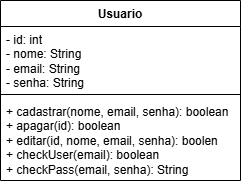
MgsLv/Estudos keeps this draw.io diagram as Etec/3-ano/PWIII/Diagramas-UML/Diagrama sem nome.drawio.png. Above is the earlier version. Source tidied: cells renumbered, new cells last; positions are measured from the earlier drawing's top-left corner, leaving out a move shared by most shapes. Its diagram source:
```xml
<mxGraphModel>
  <root>
    <mxCell id="0" />
    <mxCell id="1" parent="0" />
    <mxCell id="2" value="Usuario" style="swimlane;fontStyle=1;align=center;verticalAlign=top;horizontal=1;startSize=26;whiteSpace=wrap;html=1;" parent="1" vertex="1">
      <mxGeometry width="240" height="180" as="geometry" />
    </mxCell>
    <mxCell id="3" value="- id: int&lt;div&gt;- nome: String&lt;/div&gt;&lt;div&gt;- email: String&lt;/div&gt;&lt;div&gt;- senha: String&lt;/div&gt;" style="text;strokeColor=none;fillColor=none;align=left;verticalAlign=top;spacingLeft=4;spacingRight=4;overflow=hidden;whiteSpace=wrap;html=1;" parent="2" vertex="1">
      <mxGeometry y="26" width="240" height="64" as="geometry" />
    </mxCell>
    <mxCell id="4" style="line;strokeWidth=1;fillColor=none;align=left;verticalAlign=middle;spacingTop=-1;spacingLeft=3;spacingRight=3;labelPosition=right;strokeColor=inherit;" parent="2" vertex="1">
      <mxGeometry y="90" width="240" height="8" as="geometry" />
    </mxCell>
    <mxCell id="5" value="+ cadastrar(nome, email, senha): boolean&lt;div&gt;+ apagar(id): boolean&amp;nbsp;&lt;/div&gt;&lt;div&gt;+ editar(id, nome, email, senha): boolen&lt;/div&gt;&lt;div&gt;+ checkUser(email): boolean&lt;/div&gt;&lt;div&gt;+ checkPass(email, senha): String&lt;/div&gt;" style="text;strokeColor=none;fillColor=none;align=left;verticalAlign=top;spacingLeft=4;spacingRight=4;overflow=hidden;whiteSpace=wrap;html=1;" parent="2" vertex="1">
      <mxGeometry y="98" width="240" height="82" as="geometry" />
    </mxCell>
  </root>
</mxGraphModel>
```
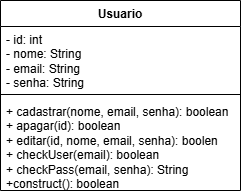
After the change.

Diff of the diagram source:
```diff
@@ -3,7 +3,7 @@
     <mxCell id="0" />
     <mxCell id="1" parent="0" />
     <mxCell id="2" value="Usuario" style="swimlane;fontStyle=1;align=center;verticalAlign=top;horizontal=1;startSize=26;whiteSpace=wrap;html=1;" parent="1" vertex="1">
-      <mxGeometry width="240" height="180" as="geometry" />
+      <mxGeometry width="240" height="190" as="geometry" />
     </mxCell>
     <mxCell id="3" value="- id: int&lt;div&gt;- nome: String&lt;/div&gt;&lt;div&gt;- email: String&lt;/div&gt;&lt;div&gt;- senha: String&lt;/div&gt;" style="text;strokeColor=none;fillColor=none;align=left;verticalAlign=top;spacingLeft=4;spacingRight=4;overflow=hidden;whiteSpace=wrap;html=1;" parent="2" vertex="1">
       <mxGeometry y="26" width="240" height="64" as="geometry" />
@@ -11,8 +11,8 @@
     <mxCell id="4" style="line;strokeWidth=1;fillColor=none;align=left;verticalAlign=middle;spacingTop=-1;spacingLeft=3;spacingRight=3;labelPosition=right;strokeColor=inherit;" parent="2" vertex="1">
       <mxGeometry y="90" width="240" height="8" as="geometry" />
     </mxCell>
-    <mxCell id="5" value="+ cadastrar(nome, email, senha): boolean&lt;div&gt;+ apagar(id): boolean&amp;nbsp;&lt;/div&gt;&lt;div&gt;+ editar(id, nome, email, senha): boolen&lt;/div&gt;&lt;div&gt;+ checkUser(email): boolean&lt;/div&gt;&lt;div&gt;+ checkPass(email, senha): String&lt;/div&gt;" style="text;strokeColor=none;fillColor=none;align=left;verticalAlign=top;spacingLeft=4;spacingRight=4;overflow=hidden;whiteSpace=wrap;html=1;" parent="2" vertex="1">
-      <mxGeometry y="98" width="240" height="82" as="geometry" />
+    <mxCell id="5" value="+ cadastrar(nome, email, senha): boolean&lt;div&gt;+ apagar(id): boolean&amp;nbsp;&lt;/div&gt;&lt;div&gt;+ editar(id, nome, email, senha): boolen&lt;/div&gt;&lt;div&gt;+ checkUser(email): boolean&lt;/div&gt;&lt;div&gt;+ checkPass(email, senha): String&lt;/div&gt;&lt;div&gt;+construct(): boolean&lt;/div&gt;" style="text;strokeColor=none;fillColor=none;align=left;verticalAlign=top;spacingLeft=4;spacingRight=4;overflow=hidden;whiteSpace=wrap;html=1;" parent="2" vertex="1">
+      <mxGeometry y="98" width="240" height="92" as="geometry" />
     </mxCell>
   </root>
 </mxGraphModel>
```
